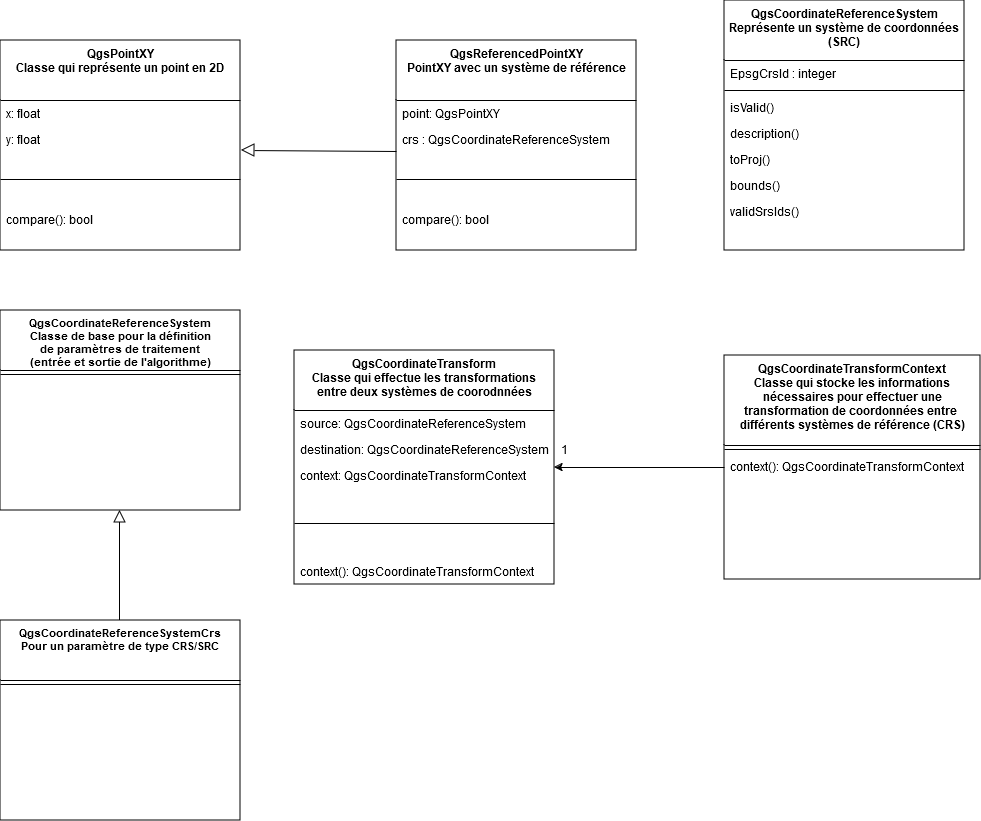
Earlier version of the draw.io export classes_QGIS.png (leonielrx/ProjetInfo_DoGeo). Source tidied: cells renumbered, new cells last; positions are measured from the earlier drawing's top-left corner, leaving out a move shared by most shapes.
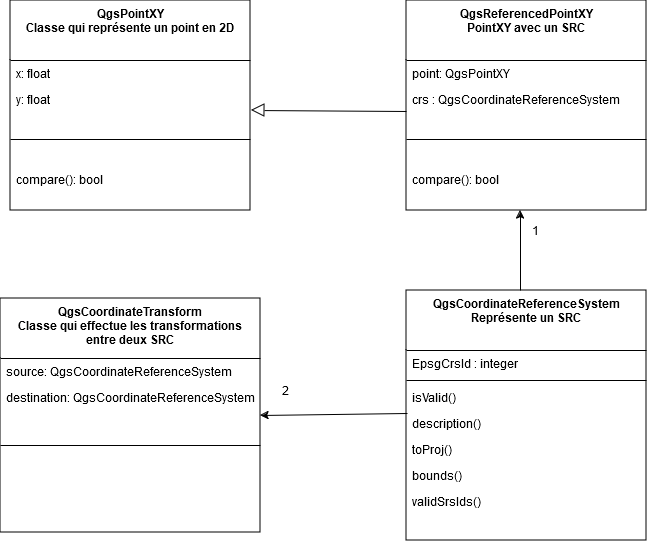
Later version of the same file.

Commit message:
Mettre à jour classes_QGIS.png

The edit, as a diff of the source:
```diff
@@ -2,8 +2,8 @@
   <root>
     <mxCell id="0" />
     <mxCell id="1" parent="0" />
-    <mxCell id="2" value="QgsCoordinateReferenceSystem&#10;Représente un système de coordonnées &#10;(SRC)&#10;" style="swimlane;fontStyle=1;align=center;verticalAlign=top;horizontal=1;startSize=60;rounded=0;shadow=0;strokeWidth=1;fontSize=12;" parent="1" vertex="1">
-      <mxGeometry x="724" width="240" height="250" as="geometry" />
+    <mxCell id="2" value="QgsCoordinateReferenceSystem&#10;Représente un SRC&#10;" style="swimlane;fontStyle=1;align=center;verticalAlign=top;horizontal=1;startSize=60;rounded=0;shadow=0;strokeWidth=1;fontSize=12;" parent="1" vertex="1">
+      <mxGeometry x="396" y="330" width="240" height="250" as="geometry" />
     </mxCell>
     <mxCell id="3" value="EpsgCrsId : integer&#10;" style="text;align=left;verticalAlign=top;spacingLeft=4;spacingRight=4;overflow=hidden;rounded=0;shadow=0;html=0;" parent="2" vertex="1">
       <mxGeometry y="60" width="240" height="26" as="geometry" />
@@ -26,29 +26,8 @@
     <mxCell id="9" value="validSrsIds() " style="text;align=left;verticalAlign=top;spacingLeft=4;spacingRight=4;overflow=hidden;rounded=0;shadow=0;html=0;" parent="2" vertex="1">
       <mxGeometry y="198" width="240" height="26" as="geometry" />
     </mxCell>
-    <mxCell id="10" value="QgsCoordinateReferenceSystem&#10;Classe de base pour la définition &#10;de paramètres de traitement &#10;(entrée et sortie de l'algorithme)&#10;" style="swimlane;fontStyle=1;align=center;verticalAlign=top;horizontal=1;startSize=60;rounded=0;shadow=0;strokeWidth=1;fontSize=11;" parent="1" vertex="1">
-      <mxGeometry y="310" width="240" height="200" as="geometry" />
-    </mxCell>
-    <mxCell id="11" style="line;html=1;strokeWidth=1;align=left;verticalAlign=middle;spacingTop=-1;spacingLeft=3;spacingRight=3;labelPosition=right;" parent="10" vertex="1">
-      <mxGeometry y="60" width="240" height="8" as="geometry" />
-    </mxCell>
-    <mxCell id="12" style="endArrow=block;endSize=10;endFill=0;shadow=0;strokeWidth=1;rounded=0;curved=0;edgeStyle=elbowEdgeStyle;elbow=vertical;" parent="1" edge="1">
-      <mxGeometry relative="1" as="geometry">
-        <mxPoint x="119.5" y="620" as="sourcePoint" />
-        <mxPoint x="119.5" y="510" as="targetPoint" />
-        <Array as="points">
-          <mxPoint x="171.5" y="570" />
-        </Array>
-      </mxGeometry>
-    </mxCell>
-    <mxCell id="13" value="QgsCoordinateReferenceSystemCrs&#10;Pour un paramètre de type CRS/SRC&#10;" style="swimlane;fontStyle=1;align=center;verticalAlign=top;horizontal=1;startSize=60;rounded=0;shadow=0;strokeWidth=1;fontSize=11;" parent="1" vertex="1">
-      <mxGeometry y="620" width="240" height="200" as="geometry" />
-    </mxCell>
-    <mxCell id="14" style="line;html=1;strokeWidth=1;align=left;verticalAlign=middle;spacingTop=-1;spacingLeft=3;spacingRight=3;labelPosition=right;" parent="13" vertex="1">
-      <mxGeometry y="60" width="240" height="8" as="geometry" />
-    </mxCell>
-    <mxCell id="15" value="QgsCoordinateTransform&#10;Classe qui effectue les transformations &#10;entre deux systèmes de coorodnnées&#10;" style="swimlane;fontStyle=1;align=center;verticalAlign=top;horizontal=1;startSize=60;rounded=0;shadow=0;strokeWidth=1;fontSize=12;" parent="1" vertex="1">
-      <mxGeometry x="294" y="350" width="260" height="234" as="geometry" />
+    <mxCell id="15" value="QgsCoordinateTransform&#10;Classe qui effectue les transformations &#10;entre deux SRC&#10;" style="swimlane;fontStyle=1;align=center;verticalAlign=top;horizontal=1;startSize=60;rounded=0;shadow=0;strokeWidth=1;fontSize=12;" parent="1" vertex="1">
+      <mxGeometry x="-10" y="338" width="260" height="234" as="geometry" />
     </mxCell>
     <mxCell id="16" value="source: QgsCoordinateReferenceSystem " style="text;align=left;verticalAlign=top;spacingLeft=4;spacingRight=4;overflow=hidden;rounded=0;shadow=0;html=0;" parent="15" vertex="1">
       <mxGeometry y="60" width="260" height="26" as="geometry" />
@@ -56,30 +35,9 @@
     <mxCell id="17" value="destination: QgsCoordinateReferenceSystem " style="text;align=left;verticalAlign=top;spacingLeft=4;spacingRight=4;overflow=hidden;rounded=0;shadow=0;html=0;" parent="15" vertex="1">
       <mxGeometry y="86" width="260" height="26" as="geometry" />
     </mxCell>
-    <mxCell id="18" value="context: QgsCoordinateTransformContext " style="text;align=left;verticalAlign=top;spacingLeft=4;spacingRight=4;overflow=hidden;rounded=0;shadow=0;html=0;" parent="15" vertex="1">
-      <mxGeometry y="112" width="260" height="26" as="geometry" />
-    </mxCell>
     <mxCell id="19" style="line;html=1;strokeWidth=1;align=left;verticalAlign=middle;spacingTop=-1;spacingLeft=3;spacingRight=3;labelPosition=right;" parent="15" vertex="1">
-      <mxGeometry y="138" width="260" height="70" as="geometry" />
+      <mxGeometry y="112" width="260" height="70" as="geometry" />
     </mxCell>
-    <mxCell id="20" value="context(): QgsCoordinateTransformContext" style="text;align=left;verticalAlign=top;spacingLeft=4;spacingRight=4;overflow=hidden;rounded=0;shadow=0;html=0;" parent="15" vertex="1">
-      <mxGeometry y="208" width="260" height="26" as="geometry" />
-    </mxCell>
-    <mxCell id="21" value="QgsCoordinateTransformContext&#10;Classe qui stocke les informations &#10;nécessaires pour effectuer une &#10;transformation de coordonnées entre &#10;différents systèmes de référence (CRS)" style="swimlane;fontStyle=1;align=center;verticalAlign=top;horizontal=1;startSize=90;rounded=0;shadow=0;strokeWidth=1;fontSize=12;" parent="1" vertex="1">
-      <mxGeometry x="724" y="355" width="256" height="224" as="geometry" />
-    </mxCell>
-    <mxCell id="22" style="line;html=1;strokeWidth=1;align=left;verticalAlign=middle;spacingTop=-1;spacingLeft=3;spacingRight=3;labelPosition=right;" parent="21" vertex="1">
-      <mxGeometry y="90" width="256" height="8" as="geometry" />
-    </mxCell>
-    <mxCell id="23" value="context(): QgsCoordinateTransformContext" style="text;align=left;verticalAlign=top;spacingLeft=4;spacingRight=4;overflow=hidden;rounded=0;shadow=0;html=0;" parent="21" vertex="1">
-      <mxGeometry y="98" width="256" height="26" as="geometry" />
-    </mxCell>
-    <mxCell id="24" style="endArrow=classic;html=1;rounded=0;entryX=1;entryY=0.5;entryDx=0;entryDy=0;exitX=0;exitY=0.5;exitDx=0;exitDy=0;" parent="1" edge="1" source="21" target="15">
-      <mxGeometry relative="1" as="geometry" />
-    </mxCell>
-    <mxCell id="25" value="1" style="text;html=1;align=center;verticalAlign=middle;whiteSpace=wrap;rounded=0;" parent="1" vertex="1">
-      <mxGeometry x="534" y="434" width="60" height="30" as="geometry" />
-    </mxCell>
     <mxCell id="26" value="QgsPointXY&#10;Classe qui représente un point en 2D&#10;&#10;" style="swimlane;fontStyle=1;align=center;verticalAlign=top;horizontal=1;startSize=60;rounded=0;shadow=0;strokeWidth=1;fontSize=12;" parent="1" vertex="1">
       <mxGeometry y="40" width="240" height="210" as="geometry" />
     </mxCell>
@@ -95,7 +53,7 @@
     <mxCell id="30" value="compare(): bool" style="text;align=left;verticalAlign=top;spacingLeft=4;spacingRight=4;overflow=hidden;" parent="26" vertex="1">
       <mxGeometry y="166" width="240" height="26" as="geometry" />
     </mxCell>
-    <mxCell id="31" value="QgsReferencedPointXY&#10;PointXY avec un système de référence&#10;&#10;" style="swimlane;fontStyle=1;align=center;verticalAlign=top;horizontal=1;startSize=60;rounded=0;shadow=0;strokeWidth=1;fontSize=12;" parent="1" vertex="1">
+    <mxCell id="31" value="QgsReferencedPointXY&#10;PointXY avec un SRC&#10;&#10;" style="swimlane;fontStyle=1;align=center;verticalAlign=top;horizontal=1;startSize=60;rounded=0;shadow=0;strokeWidth=1;fontSize=12;" parent="1" vertex="1">
       <mxGeometry x="396" y="40" width="240" height="210" as="geometry" />
     </mxCell>
     <mxCell id="32" value="point: QgsPointXY" style="text;align=left;verticalAlign=top;spacingLeft=4;spacingRight=4;overflow=hidden;rounded=0;shadow=0;html=0;" parent="31" vertex="1">
@@ -116,5 +74,22 @@
         <mxPoint x="241" y="150" as="targetPoint" />
       </mxGeometry>
     </mxCell>
+    <mxCell id="37" style="endArrow=classic;html=1;rounded=0;" parent="1" edge="1">
+      <mxGeometry relative="1" as="geometry">
+        <mxPoint x="510" y="330" as="sourcePoint" />
+        <mxPoint x="510" y="250" as="targetPoint" />
+      </mxGeometry>
+    </mxCell>
+    <mxCell id="38" style="endArrow=classic;html=1;rounded=0;entryX=1;entryY=0.5;entryDx=0;entryDy=0;" parent="1" edge="1" target="15">
+      <mxGeometry relative="1" as="geometry">
+        <mxPoint x="397" y="453" as="sourcePoint" />
+      </mxGeometry>
+    </mxCell>
+    <mxCell id="25" value="1" style="text;html=1;align=center;verticalAlign=middle;whiteSpace=wrap;rounded=0;" parent="1" vertex="1">
+      <mxGeometry x="510" y="260" width="30" height="20" as="geometry" />
+    </mxCell>
+    <mxCell id="39" value="2" style="text;html=1;align=center;verticalAlign=middle;whiteSpace=wrap;rounded=0;" parent="1" vertex="1">
+      <mxGeometry x="260" y="420" width="30" height="20" as="geometry" />
+    </mxCell>
   </root>
 </mxGraphModel>
```
